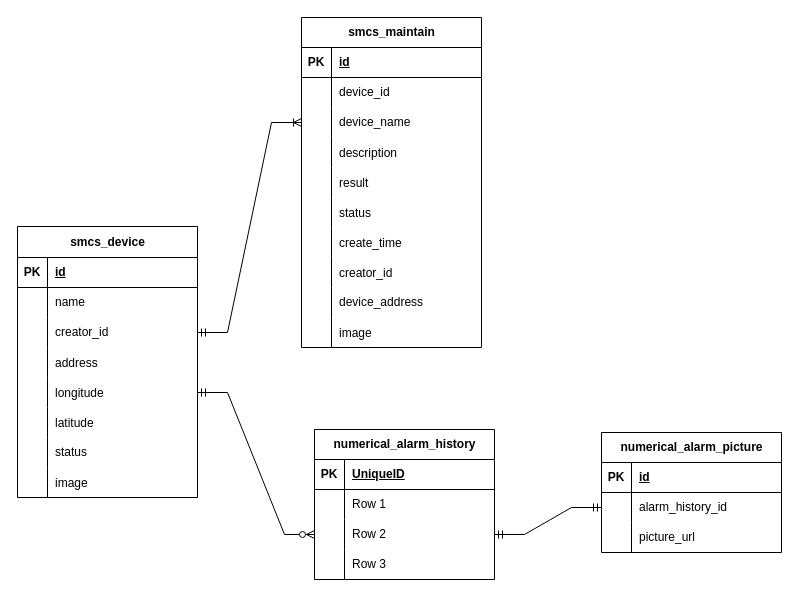
Before: page "数据库e-r图" (3 of 3) of 模块.drawio in viking-wj/software, a draw.io diagram. Source tidied: cells renumbered, new cells numbered last; positions are measured from the earlier drawing's top-left corner, leaving out a move shared by most shapes. Both pictures are drawn from the tidied source at 100%, with x=0, y=0 at pixel (17, 17).
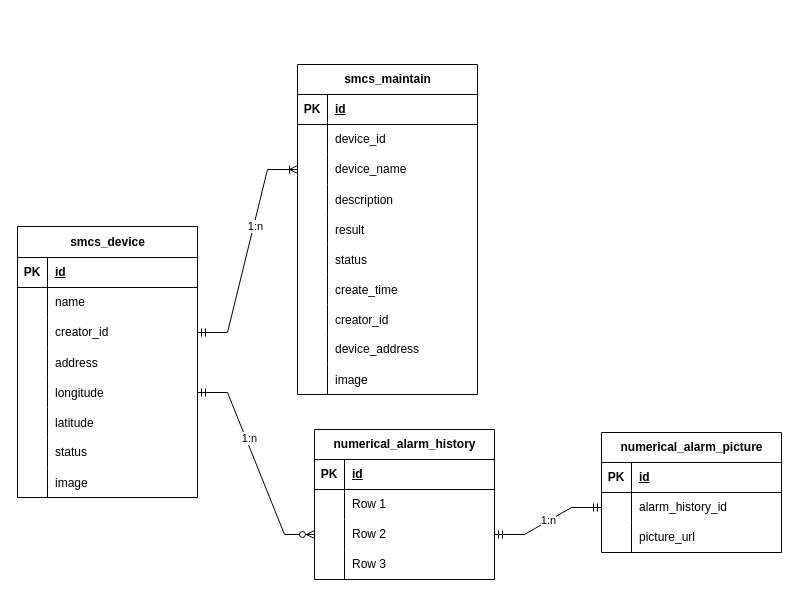
The same page after the edit.

The change refers to these unchanged cells:
```xml
<mxCell id="58" style="edgeStyle=entityRelationEdgeStyle;fontSize=12;html=1;endArrow=ERoneToMany;startArrow=ERmandOne;rounded=0;exitX=1;exitY=0.5;exitDx=0;exitDy=0;" parent="1" edge="1" source="9" target="34">
  <mxGeometry relative="1" as="geometry">
    <Array as="points">
      <mxPoint x="230" y="219" />
    </Array>
  </mxGeometry>
</mxCell>
<mxCell id="63" style="shape=tableRow;horizontal=0;startSize=0;swimlaneHead=0;swimlaneBody=0;fillColor=none;points=[[0,0.5],[1,0.5]];portConstraint=eastwest;top=0;left=0;right=0;bottom=0;" parent="59" vertex="1">
  <mxGeometry y="60" width="180" height="30" as="geometry" />
</mxCell>
<mxCell id="70" style="shape=tableRow;horizontal=0;startSize=0;swimlaneHead=0;swimlaneBody=0;fillColor=none;top=0;left=0;right=0;bottom=1;" parent="69" vertex="1">
  <mxGeometry y="30" width="180" height="30" as="geometry" />
</mxCell>
<mxCell id="76" style="shape=tableRow;horizontal=0;startSize=0;swimlaneHead=0;swimlaneBody=0;fillColor=none;points=[[0,0.5],[1,0.5]];portConstraint=eastwest;top=0;left=0;right=0;bottom=0;" parent="69" vertex="1">
  <mxGeometry y="90" width="180" height="30" as="geometry" />
</mxCell>
<mxCell id="82" style="edgeStyle=entityRelationEdgeStyle;fontSize=12;html=1;endArrow=ERzeroToMany;startArrow=ERmandOne;rounded=0;exitX=1;exitY=0.5;exitDx=0;exitDy=0;entryX=0;entryY=0.5;entryDx=0;entryDy=0;" parent="1" edge="1" source="15" target="76">
  <mxGeometry relative="1" as="geometry">
    <Array as="points">
      <mxPoint x="289" y="527" />
    </Array>
  </mxGeometry>
</mxCell>
```

The edit, as a diff of the source:
```diff
@@
     <mxCell id="27" value="smcs_maintain" style="shape=table;startSize=30;childLayout=tableLayout;rowLines=0;fontStyle=1;align=center;html=1;" parent="1" vertex="1">
-      <mxGeometry x="284" width="180" height="330" as="geometry" />
+      <mxGeometry x="280" y="47" width="180" height="330" as="geometry" />
     </mxCell>
@@
+    <mxCell id="84" value="1:n" style="edgeLabel;html=1;align=center;verticalAlign=middle;" parent="58" vertex="1">
+      <mxGeometry x="0.23" y="-1" relative="1" as="geometry" />
+    </mxCell>
@@
-    <mxCell id="72" value="UniqueID" style="shape=partialRectangle;fillColor=none;top=0;left=0;bottom=0;right=0;align=left;spacingLeft=6;fontStyle=5;overflow=hidden;whiteSpace=wrap;html=1;" parent="70" vertex="1">
+    <mxCell id="72" value="id" style="shape=partialRectangle;fillColor=none;top=0;left=0;bottom=0;right=0;align=left;spacingLeft=6;fontStyle=5;overflow=hidden;whiteSpace=wrap;html=1;" parent="70" vertex="1">
       <mxGeometry x="30" width="150" height="30" as="geometry" />
     </mxCell>
@@
+    <mxCell id="85" value="1:n" style="edgeLabel;html=1;align=center;verticalAlign=middle;" parent="82" vertex="1">
+      <mxGeometry x="-0.25" y="3" relative="1" as="geometry" />
+    </mxCell>
     <mxCell id="83" style="edgeStyle=entityRelationEdgeStyle;fontSize=12;html=1;endArrow=ERmandOne;startArrow=ERmandOne;rounded=0;entryX=0;entryY=0.5;entryDx=0;entryDy=0;exitX=1;exitY=0.5;exitDx=0;exitDy=0;" parent="1" edge="1" source="76" target="63">
-      <mxGeometry relative="1" as="geometry" />
+      <mxGeometry relative="1" as="geometry">
+        <Array as="points">
+          <mxPoint x="554" y="562" />
+        </Array>
+      </mxGeometry>
     </mxCell>
+    <mxCell id="86" value="1:n" style="edgeLabel;html=1;align=center;verticalAlign=middle;" parent="83" vertex="1">
+      <mxGeometry x="0.02" relative="1" as="geometry">
+        <mxPoint x="-1" y="-1" as="offset" />
+      </mxGeometry>
+    </mxCell>
```
